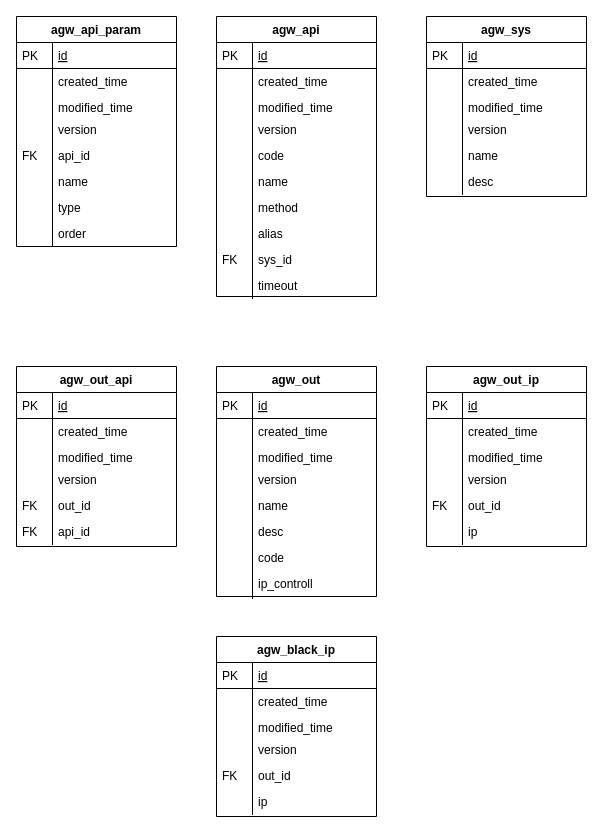
Above: _posts/APIGateway设计文档/APIGateway数据库设计.drawio in dachengxi/blog_source (draw.io), before the change. Source tidied: cells renumbered, new cells numbered last; positions are measured from the earlier drawing's top-left corner, leaving out a move shared by most shapes. Both pictures are drawn from the tidied source at 100%, with x=0, y=0 at pixel (16, 16).
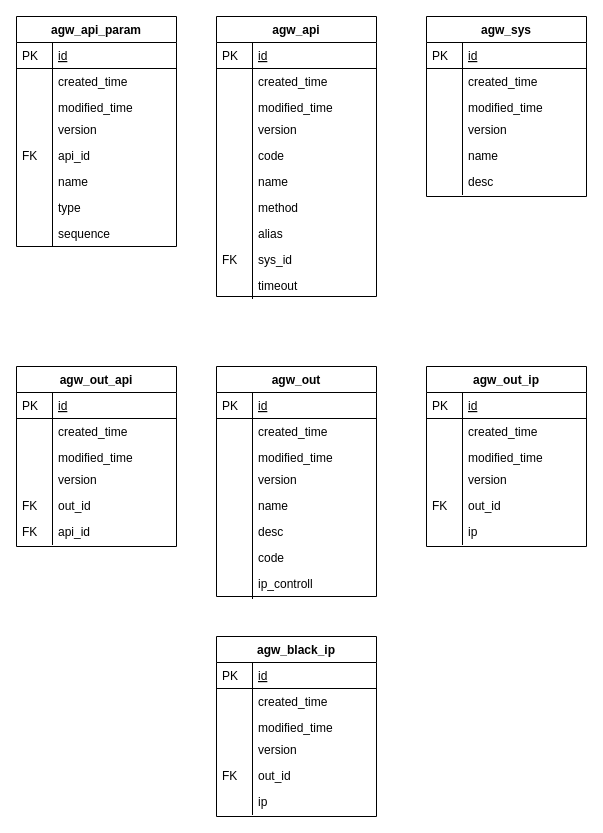
Above is the later version.

Diff of the diagram source:
```diff
@@
-    <mxCell id="31" value="order" style="shape=partialRectangle;top=0;left=0;right=0;bottom=0;align=left;verticalAlign=top;fillColor=none;spacingLeft=40;spacingRight=4;overflow=hidden;rounded=0;shadow=0;strokeWidth=1;" parent="1" vertex="1">
+    <mxCell id="31" value="sequence" style="shape=partialRectangle;top=0;left=0;right=0;bottom=0;align=left;verticalAlign=top;fillColor=none;spacingLeft=40;spacingRight=4;overflow=hidden;rounded=0;shadow=0;strokeWidth=1;" parent="1" vertex="1">
       <mxGeometry y="204" width="160" height="26" as="geometry" />
     </mxCell>
```
